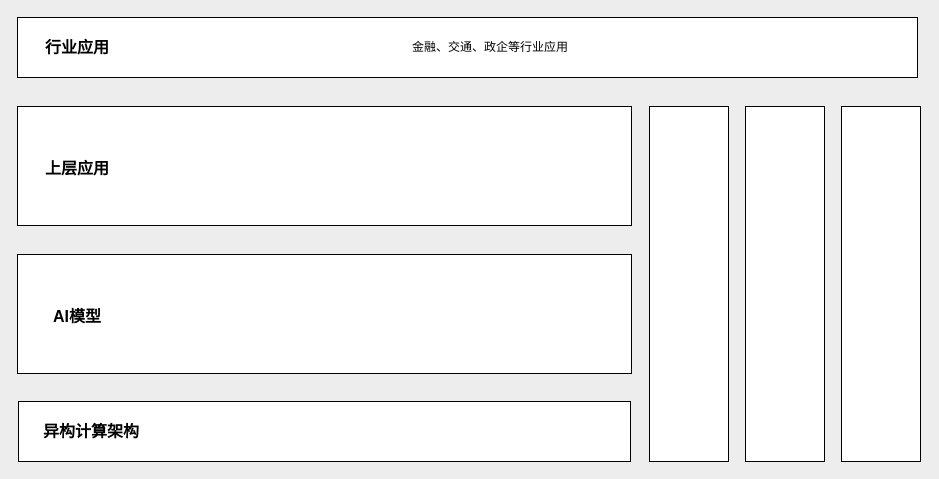
Before: 意图识别架构图0715.drawio in ammengke/my-drawio, a draw.io diagram. Source tidied: cells renumbered, new cells numbered last; positions are measured from the earlier drawing's top-left corner, leaving out a move shared by most shapes. Both pictures are drawn from the tidied source at 100%, with x=0, y=0 at pixel (17, 17).
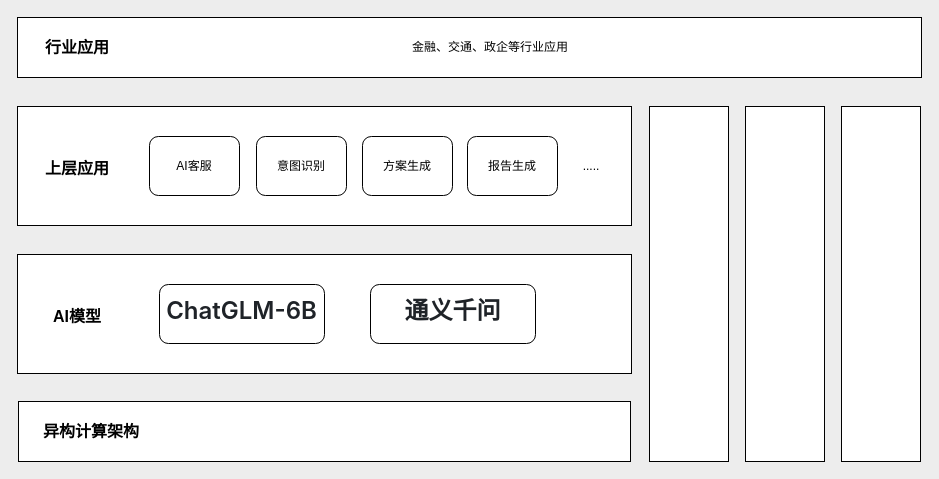
After the change.

Commit message (it also covers changes not shown here):
更新意图识别架构图0715.drawio

Change to the diagram source:
```diff
@@
     <mxCell id="2" style="rounded=0;whiteSpace=wrap;html=1;" parent="1" vertex="1">
-      <mxGeometry width="900" height="60" as="geometry" />
+      <mxGeometry width="904" height="60" as="geometry" />
     </mxCell>
@@
+    <mxCell id="14" value="AI客服" style="rounded=1;whiteSpace=wrap;html=1;" parent="1" vertex="1">
+      <mxGeometry x="132" y="119" width="90" height="59" as="geometry" />
+    </mxCell>
+    <mxCell id="15" value="意图识别" style="rounded=1;whiteSpace=wrap;html=1;" parent="1" vertex="1">
+      <mxGeometry x="239" y="119" width="90" height="59" as="geometry" />
+    </mxCell>
+    <mxCell id="16" value="方案生成" style="rounded=1;whiteSpace=wrap;html=1;" parent="1" vertex="1">
+      <mxGeometry x="345" y="119" width="90" height="59" as="geometry" />
+    </mxCell>
+    <mxCell id="17" value="报告生成" style="rounded=1;whiteSpace=wrap;html=1;" parent="1" vertex="1">
+      <mxGeometry x="450" y="119" width="90" height="59" as="geometry" />
+    </mxCell>
+    <mxCell id="18" value="....." style="text;html=1;align=center;verticalAlign=middle;whiteSpace=wrap;rounded=0;" parent="1" vertex="1">
+      <mxGeometry x="544" y="134" width="60" height="30" as="geometry" />
+    </mxCell>
+    <mxCell id="19" value="&lt;h1 style=&quot;box-sizing: border-box; margin-right: 0px; margin-bottom: var(--base-size-16); margin-left: 0px; font-weight: var(--base-text-weight-semibold, 600); line-height: 1.25; padding-bottom: 0.3em; border-bottom: 1px solid var(--borderColor-muted, var(--color-border-muted)); color: rgb(31, 35, 40); font-family: -apple-system, BlinkMacSystemFont, &amp;quot;Segoe UI&amp;quot;, &amp;quot;Noto Sans&amp;quot;, Helvetica, Arial, sans-serif, &amp;quot;Apple Color Emoji&amp;quot;, &amp;quot;Segoe UI Emoji&amp;quot;; text-align: start; margin-top: 0px !important;&quot; dir=&quot;auto&quot; class=&quot;heading-element&quot; tabindex=&quot;-1&quot;&gt;ChatGLM-6B&lt;/h1&gt;" style="rounded=1;whiteSpace=wrap;html=1;" parent="1" vertex="1">
+      <mxGeometry x="142" y="267" width="165" height="59" as="geometry" />
+    </mxCell>
+    <mxCell id="20" value="&lt;h1 style=&quot;box-sizing: border-box; margin-right: 0px; margin-bottom: var(--base-size-16); margin-left: 0px; font-weight: var(--base-text-weight-semibold, 600); line-height: 1.25; padding-bottom: 0.3em; border-bottom: 1px solid var(--borderColor-muted, var(--color-border-muted)); color: rgb(31, 35, 40); font-family: -apple-system, BlinkMacSystemFont, &amp;quot;Segoe UI&amp;quot;, &amp;quot;Noto Sans&amp;quot;, Helvetica, Arial, sans-serif, &amp;quot;Apple Color Emoji&amp;quot;, &amp;quot;Segoe UI Emoji&amp;quot;; text-align: start; margin-top: 0px !important;&quot; dir=&quot;auto&quot; class=&quot;heading-element&quot; tabindex=&quot;-1&quot;&gt;通义千问&lt;/h1&gt;" style="rounded=1;whiteSpace=wrap;html=1;" parent="1" vertex="1">
+      <mxGeometry x="353" y="267" width="165" height="59" as="geometry" />
+    </mxCell>
```
